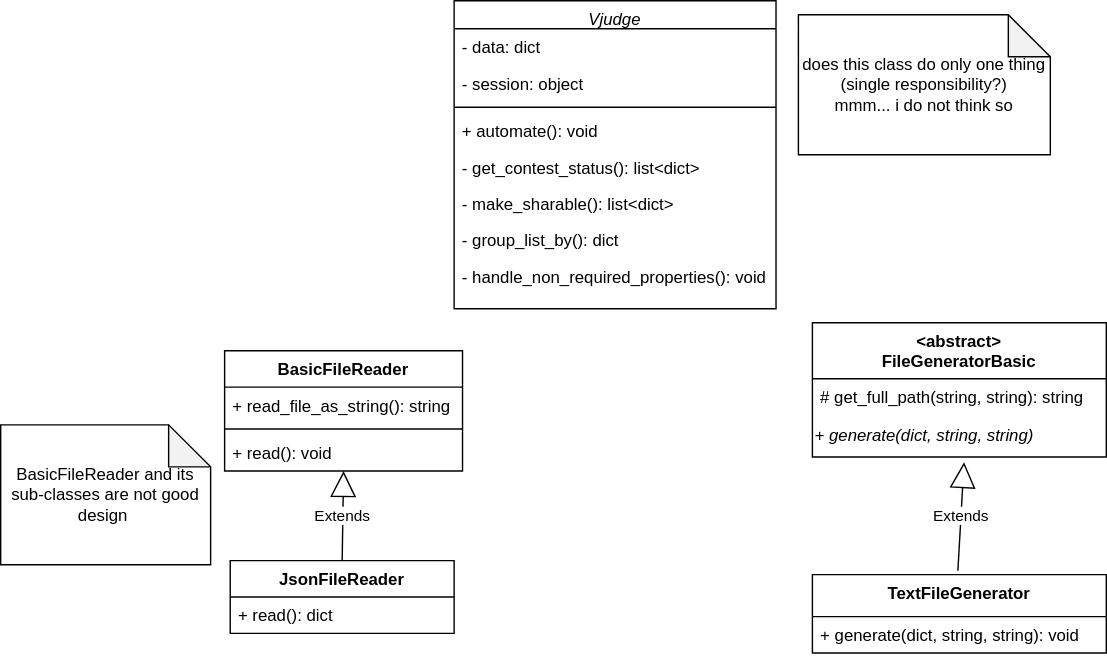
OmarElaraby26/Vjudge-contest-status-automator keeps this draw.io diagram as UML class diagrams.drawio.svg. Above is the earlier version. Source tidied: cells renumbered, new cells last; positions are measured from the earlier drawing's top-left corner, leaving out a move shared by most shapes. Source of this version:
```xml
<mxGraphModel>
  <root>
    <mxCell id="0" />
    <mxCell id="1" parent="0" />
    <mxCell id="2" value="Vjudge" style="swimlane;fontStyle=2;align=center;verticalAlign=top;horizontal=1;startSize=20;rounded=0;shadow=0;strokeWidth=1;" parent="1" vertex="1">
      <mxGeometry x="324" width="230" height="220" as="geometry" />
    </mxCell>
    <mxCell id="3" value="- data: dict&#10;" style="text;align=left;verticalAlign=top;spacingLeft=4;spacingRight=4;overflow=hidden;" parent="2" vertex="1">
      <mxGeometry y="20" width="230" height="26" as="geometry" />
    </mxCell>
    <mxCell id="4" value="- session: object" style="text;align=left;verticalAlign=top;spacingLeft=4;spacingRight=4;overflow=hidden;rounded=0;shadow=0;html=0;" parent="2" vertex="1">
      <mxGeometry y="46" width="230" height="26" as="geometry" />
    </mxCell>
    <mxCell id="5" style="line;html=1;strokeWidth=1;align=left;verticalAlign=middle;spacingTop=-1;spacingLeft=3;spacingRight=3;labelPosition=right;" parent="2" vertex="1">
      <mxGeometry y="72" width="230" height="8" as="geometry" />
    </mxCell>
    <mxCell id="6" value="+ automate(): void" style="text;align=left;verticalAlign=top;spacingLeft=4;spacingRight=4;overflow=hidden;" parent="2" vertex="1">
      <mxGeometry y="80" width="230" height="26" as="geometry" />
    </mxCell>
    <mxCell id="7" value="- get_contest_status(): list&lt;dict&gt;&#10;" style="text;align=left;verticalAlign=top;spacingLeft=4;spacingRight=4;overflow=hidden;" parent="2" vertex="1">
      <mxGeometry y="106" width="230" height="26" as="geometry" />
    </mxCell>
    <mxCell id="8" value="- make_sharable(): list&lt;dict&gt;&#10;" style="text;align=left;verticalAlign=top;spacingLeft=4;spacingRight=4;overflow=hidden;" parent="2" vertex="1">
      <mxGeometry y="132" width="230" height="26" as="geometry" />
    </mxCell>
    <mxCell id="9" value="- group_list_by(): dict" style="text;align=left;verticalAlign=top;spacingLeft=4;spacingRight=4;overflow=hidden;" parent="2" vertex="1">
      <mxGeometry y="158" width="230" height="26" as="geometry" />
    </mxCell>
    <mxCell id="10" value="- handle_non_required_properties(): void&#10;" style="text;align=left;verticalAlign=top;spacingLeft=4;spacingRight=4;overflow=hidden;" parent="2" vertex="1">
      <mxGeometry y="184" width="230" height="26" as="geometry" />
    </mxCell>
    <mxCell id="11" style="edgeStyle=orthogonalEdgeStyle;rounded=0;orthogonalLoop=1;jettySize=auto;html=1;exitX=0.5;exitY=1;exitDx=0;exitDy=0;" parent="1" edge="1" source="2" target="2">
      <mxGeometry relative="1" as="geometry" />
    </mxCell>
    <mxCell id="12" value=" BasicFileReader" style="swimlane;fontStyle=1;align=center;verticalAlign=top;horizontal=1;startSize=26;" parent="1" vertex="1">
      <mxGeometry x="160" y="250" width="170" height="86" as="geometry" />
    </mxCell>
    <mxCell id="13" value=" + read_file_as_string(): string&#10;&#10;" style="text;strokeColor=none;fillColor=none;align=left;verticalAlign=top;spacingLeft=4;spacingRight=4;overflow=hidden;" parent="12" vertex="1">
      <mxGeometry y="26" width="170" height="26" as="geometry" />
    </mxCell>
    <mxCell id="14" style="line;strokeWidth=1;fillColor=none;align=left;verticalAlign=middle;spacingTop=-1;spacingLeft=3;spacingRight=3;labelPosition=right;" parent="12" vertex="1">
      <mxGeometry y="52" width="170" height="8" as="geometry" />
    </mxCell>
    <mxCell id="15" value="+ read(): void&#10;" style="text;strokeColor=none;fillColor=none;align=left;verticalAlign=top;spacingLeft=4;spacingRight=4;overflow=hidden;" parent="12" vertex="1">
      <mxGeometry y="60" width="170" height="26" as="geometry" />
    </mxCell>
    <mxCell id="16" value=" JsonFileReader" style="swimlane;fontStyle=1;align=center;verticalAlign=top;horizontal=1;startSize=26;" parent="1" vertex="1">
      <mxGeometry x="164" y="400" width="160" height="52" as="geometry" />
    </mxCell>
    <mxCell id="17" value=" + read(): dict&#10;" style="text;strokeColor=none;fillColor=none;align=left;verticalAlign=top;spacingLeft=4;spacingRight=4;overflow=hidden;" parent="16" vertex="1">
      <mxGeometry y="26" width="160" height="26" as="geometry" />
    </mxCell>
    <mxCell id="18" value="Extends" style="endArrow=block;endSize=16;endFill=0;html=1;rounded=0;entryX=0.5;entryY=1;entryDx=0;entryDy=0;exitX=0.5;exitY=0;exitDx=0;exitDy=0;" parent="1" edge="1" source="16" target="12">
      <mxGeometry relative="1" as="geometry" />
    </mxCell>
    <mxCell id="19" value="&lt;abstract&gt;&#10;FileGeneratorBasic" style="swimlane;fontStyle=1;align=center;verticalAlign=top;horizontal=1;startSize=40;" parent="1" vertex="1">
      <mxGeometry x="580" y="230" width="210" height="96" as="geometry" />
    </mxCell>
    <mxCell id="20" value=" # get_full_path(string, string): string&#10;" style="text;strokeColor=none;fillColor=none;align=left;verticalAlign=top;spacingLeft=4;spacingRight=4;overflow=hidden;" parent="19" vertex="1">
      <mxGeometry y="40" width="210" height="26" as="geometry" />
    </mxCell>
    <mxCell id="21" value="&lt;div align=&quot;left&quot;&gt;&lt;i&gt; + generate(dict, string, string)&lt;/i&gt;&lt;/div&gt;" style="text;html=1;align=left;verticalAlign=middle;points=[];fillColor=none;strokeColor=none;rounded=0;" parent="19" vertex="1">
      <mxGeometry y="66" width="210" height="30" as="geometry" />
    </mxCell>
    <mxCell id="22" value="TextFileGenerator" style="swimlane;fontStyle=1;align=center;verticalAlign=top;horizontal=1;startSize=30;" parent="1" vertex="1">
      <mxGeometry x="580" y="410" width="210" height="56" as="geometry" />
    </mxCell>
    <mxCell id="23" value="+ generate(dict, string, string): void&#10;" style="text;strokeColor=none;fillColor=none;align=left;verticalAlign=top;spacingLeft=4;spacingRight=4;overflow=hidden;" parent="22" vertex="1">
      <mxGeometry y="30" width="210" height="26" as="geometry" />
    </mxCell>
    <mxCell id="24" value="Extends" style="endArrow=block;endSize=16;endFill=0;html=1;rounded=0;exitX=0.495;exitY=-0.049;exitDx=0;exitDy=0;exitPerimeter=0;entryX=0.516;entryY=1.124;entryDx=0;entryDy=0;entryPerimeter=0;" parent="1" edge="1" source="22" target="21">
      <mxGeometry relative="1" as="geometry" />
    </mxCell>
    <mxCell id="25" value=" BasicFileReader and its sub-classes are not good design&amp;nbsp;" style="shape=note;whiteSpace=wrap;html=1;backgroundOutline=1;darkOpacity=0.05;" parent="1" vertex="1">
      <mxGeometry y="303" width="150" height="100" as="geometry" />
    </mxCell>
    <mxCell id="26" value="does this class do only one thing (single responsibility?)&lt;br&gt;mmm... i do not think so" style="shape=note;whiteSpace=wrap;html=1;backgroundOutline=1;darkOpacity=0.05;" parent="1" vertex="1">
      <mxGeometry x="570" y="10" width="180" height="100" as="geometry" />
    </mxCell>
  </root>
</mxGraphModel>
```
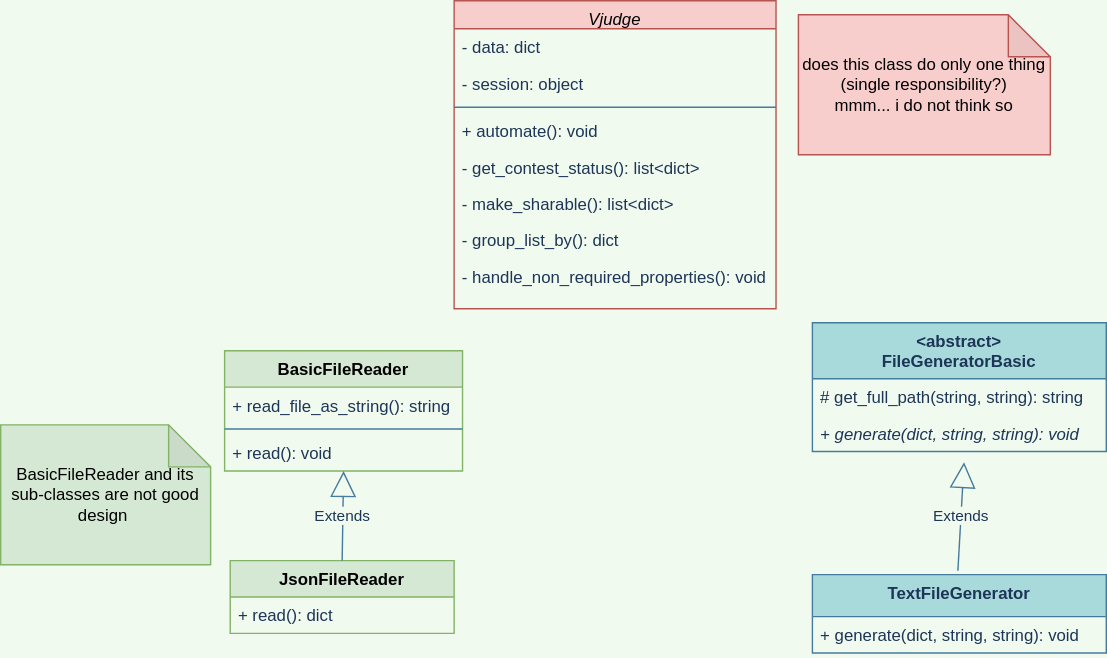
After the change.

Change to the diagram source:
```diff
@@ -1,80 +1,82 @@
-<mxGraphModel>
+<mxGraphModel background="#F1FAEE">
   <root>
     <mxCell id="0" />
     <mxCell id="1" parent="0" />
-    <mxCell id="2" value="Vjudge" style="swimlane;fontStyle=2;align=center;verticalAlign=top;horizontal=1;startSize=20;rounded=0;shadow=0;strokeWidth=1;" parent="1" vertex="1">
+    <mxCell id="2" value="Vjudge" style="swimlane;fontStyle=2;align=center;verticalAlign=top;horizontal=1;startSize=20;rounded=0;shadow=0;strokeWidth=1;fillColor=#f8cecc;strokeColor=#b85450;" parent="1" vertex="1">
       <mxGeometry x="324" width="230" height="220" as="geometry" />
     </mxCell>
-    <mxCell id="3" value="- data: dict&#10;" style="text;align=left;verticalAlign=top;spacingLeft=4;spacingRight=4;overflow=hidden;" parent="2" vertex="1">
+    <mxCell id="3" value="- data: dict&#10;" style="text;align=left;verticalAlign=top;spacingLeft=4;spacingRight=4;overflow=hidden;fontColor=#1D3557;" parent="2" vertex="1">
       <mxGeometry y="20" width="230" height="26" as="geometry" />
     </mxCell>
-    <mxCell id="4" value="- session: object" style="text;align=left;verticalAlign=top;spacingLeft=4;spacingRight=4;overflow=hidden;rounded=0;shadow=0;html=0;" parent="2" vertex="1">
+    <mxCell id="4" value="- session: object" style="text;align=left;verticalAlign=top;spacingLeft=4;spacingRight=4;overflow=hidden;rounded=0;shadow=0;html=0;fontColor=#1D3557;" parent="2" vertex="1">
       <mxGeometry y="46" width="230" height="26" as="geometry" />
     </mxCell>
-    <mxCell id="5" style="line;html=1;strokeWidth=1;align=left;verticalAlign=middle;spacingTop=-1;spacingLeft=3;spacingRight=3;labelPosition=right;" parent="2" vertex="1">
+    <mxCell id="5" style="line;html=1;strokeWidth=1;align=left;verticalAlign=middle;spacingTop=-1;spacingLeft=3;spacingRight=3;labelPosition=right;labelBackgroundColor=#F1FAEE;fillColor=#A8DADC;strokeColor=#457B9D;fontColor=#1D3557;" parent="2" vertex="1">
       <mxGeometry y="72" width="230" height="8" as="geometry" />
     </mxCell>
-    <mxCell id="6" value="+ automate(): void" style="text;align=left;verticalAlign=top;spacingLeft=4;spacingRight=4;overflow=hidden;" parent="2" vertex="1">
+    <mxCell id="6" value="+ automate(): void" style="text;align=left;verticalAlign=top;spacingLeft=4;spacingRight=4;overflow=hidden;fontColor=#1D3557;" parent="2" vertex="1">
       <mxGeometry y="80" width="230" height="26" as="geometry" />
     </mxCell>
-    <mxCell id="7" value="- get_contest_status(): list&lt;dict&gt;&#10;" style="text;align=left;verticalAlign=top;spacingLeft=4;spacingRight=4;overflow=hidden;" parent="2" vertex="1">
+    <mxCell id="7" value="- get_contest_status(): list&lt;dict&gt;&#10;" style="text;align=left;verticalAlign=top;spacingLeft=4;spacingRight=4;overflow=hidden;fontColor=#1D3557;" parent="2" vertex="1">
       <mxGeometry y="106" width="230" height="26" as="geometry" />
     </mxCell>
-    <mxCell id="8" value="- make_sharable(): list&lt;dict&gt;&#10;" style="text;align=left;verticalAlign=top;spacingLeft=4;spacingRight=4;overflow=hidden;" parent="2" vertex="1">
+    <mxCell id="8" value="- make_sharable(): list&lt;dict&gt;&#10;" style="text;align=left;verticalAlign=top;spacingLeft=4;spacingRight=4;overflow=hidden;fontColor=#1D3557;" parent="2" vertex="1">
       <mxGeometry y="132" width="230" height="26" as="geometry" />
     </mxCell>
-    <mxCell id="9" value="- group_list_by(): dict" style="text;align=left;verticalAlign=top;spacingLeft=4;spacingRight=4;overflow=hidden;" parent="2" vertex="1">
+    <mxCell id="9" value="- group_list_by(): dict" style="text;align=left;verticalAlign=top;spacingLeft=4;spacingRight=4;overflow=hidden;fontColor=#1D3557;" parent="2" vertex="1">
       <mxGeometry y="158" width="230" height="26" as="geometry" />
     </mxCell>
-    <mxCell id="10" value="- handle_non_required_properties(): void&#10;" style="text;align=left;verticalAlign=top;spacingLeft=4;spacingRight=4;overflow=hidden;" parent="2" vertex="1">
+    <mxCell id="10" value="- handle_non_required_properties(): void&#10;" style="text;align=left;verticalAlign=top;spacingLeft=4;spacingRight=4;overflow=hidden;fontColor=#1D3557;" parent="2" vertex="1">
       <mxGeometry y="184" width="230" height="26" as="geometry" />
     </mxCell>
-    <mxCell id="11" style="edgeStyle=orthogonalEdgeStyle;rounded=0;orthogonalLoop=1;jettySize=auto;html=1;exitX=0.5;exitY=1;exitDx=0;exitDy=0;" parent="1" edge="1" source="2" target="2">
+    <mxCell id="11" style="edgeStyle=orthogonalEdgeStyle;rounded=0;orthogonalLoop=1;jettySize=auto;html=1;exitX=0.5;exitY=1;exitDx=0;exitDy=0;labelBackgroundColor=#F1FAEE;strokeColor=#457B9D;fontColor=#1D3557;" parent="1" edge="1" source="2" target="2">
       <mxGeometry relative="1" as="geometry" />
     </mxCell>
-    <mxCell id="12" value=" BasicFileReader" style="swimlane;fontStyle=1;align=center;verticalAlign=top;horizontal=1;startSize=26;" parent="1" vertex="1">
+    <mxCell id="12" value=" BasicFileReader" style="swimlane;fontStyle=1;align=center;verticalAlign=top;horizontal=1;startSize=26;fillColor=#d5e8d4;strokeColor=#82b366;" parent="1" vertex="1">
       <mxGeometry x="160" y="250" width="170" height="86" as="geometry" />
     </mxCell>
-    <mxCell id="13" value=" + read_file_as_string(): string&#10;&#10;" style="text;strokeColor=none;fillColor=none;align=left;verticalAlign=top;spacingLeft=4;spacingRight=4;overflow=hidden;" parent="12" vertex="1">
+    <mxCell id="13" value=" + read_file_as_string(): string&#10;&#10;" style="text;strokeColor=none;fillColor=none;align=left;verticalAlign=top;spacingLeft=4;spacingRight=4;overflow=hidden;fontColor=#1D3557;" parent="12" vertex="1">
       <mxGeometry y="26" width="170" height="26" as="geometry" />
     </mxCell>
-    <mxCell id="14" style="line;strokeWidth=1;fillColor=none;align=left;verticalAlign=middle;spacingTop=-1;spacingLeft=3;spacingRight=3;labelPosition=right;" parent="12" vertex="1">
+    <mxCell id="14" style="line;strokeWidth=1;fillColor=none;align=left;verticalAlign=middle;spacingTop=-1;spacingLeft=3;spacingRight=3;labelPosition=right;labelBackgroundColor=#F1FAEE;strokeColor=#457B9D;fontColor=#1D3557;" parent="12" vertex="1">
       <mxGeometry y="52" width="170" height="8" as="geometry" />
     </mxCell>
-    <mxCell id="15" value="+ read(): void&#10;" style="text;strokeColor=none;fillColor=none;align=left;verticalAlign=top;spacingLeft=4;spacingRight=4;overflow=hidden;" parent="12" vertex="1">
+    <mxCell id="15" value="+ read(): void&#10;" style="text;strokeColor=none;fillColor=none;align=left;verticalAlign=top;spacingLeft=4;spacingRight=4;overflow=hidden;fontColor=#1D3557;" parent="12" vertex="1">
       <mxGeometry y="60" width="170" height="26" as="geometry" />
     </mxCell>
-    <mxCell id="16" value=" JsonFileReader" style="swimlane;fontStyle=1;align=center;verticalAlign=top;horizontal=1;startSize=26;" parent="1" vertex="1">
+    <mxCell id="16" value=" JsonFileReader" style="swimlane;fontStyle=1;align=center;verticalAlign=top;horizontal=1;startSize=26;fillColor=#d5e8d4;strokeColor=#82b366;" parent="1" vertex="1">
       <mxGeometry x="164" y="400" width="160" height="52" as="geometry" />
     </mxCell>
-    <mxCell id="17" value=" + read(): dict&#10;" style="text;strokeColor=none;fillColor=none;align=left;verticalAlign=top;spacingLeft=4;spacingRight=4;overflow=hidden;" parent="16" vertex="1">
+    <mxCell id="17" value=" + read(): dict&#10;" style="text;strokeColor=none;fillColor=none;align=left;verticalAlign=top;spacingLeft=4;spacingRight=4;overflow=hidden;fontColor=#1D3557;" parent="16" vertex="1">
       <mxGeometry y="26" width="160" height="26" as="geometry" />
     </mxCell>
-    <mxCell id="18" value="Extends" style="endArrow=block;endSize=16;endFill=0;html=1;rounded=0;entryX=0.5;entryY=1;entryDx=0;entryDy=0;exitX=0.5;exitY=0;exitDx=0;exitDy=0;" parent="1" edge="1" source="16" target="12">
+    <mxCell id="18" value="Extends" style="endArrow=block;endSize=16;endFill=0;html=1;rounded=0;entryX=0.5;entryY=1;entryDx=0;entryDy=0;exitX=0.5;exitY=0;exitDx=0;exitDy=0;labelBackgroundColor=#F1FAEE;strokeColor=#457B9D;fontColor=#1D3557;" parent="1" edge="1" source="16" target="12">
       <mxGeometry relative="1" as="geometry" />
     </mxCell>
-    <mxCell id="19" value="&lt;abstract&gt;&#10;FileGeneratorBasic" style="swimlane;fontStyle=1;align=center;verticalAlign=top;horizontal=1;startSize=40;" parent="1" vertex="1">
-      <mxGeometry x="580" y="230" width="210" height="96" as="geometry" />
+    <mxCell id="19" value="&lt;abstract&gt;&#10;FileGeneratorBasic" style="swimlane;fontStyle=1;align=center;verticalAlign=top;horizontal=1;startSize=40;fillColor=#A8DADC;strokeColor=#457B9D;fontColor=#1D3557;" parent="1" vertex="1">
+      <mxGeometry x="580" y="230" width="210" height="92" as="geometry" />
     </mxCell>
-    <mxCell id="20" value=" # get_full_path(string, string): string&#10;" style="text;strokeColor=none;fillColor=none;align=left;verticalAlign=top;spacingLeft=4;spacingRight=4;overflow=hidden;" parent="19" vertex="1">
+    <mxCell id="20" value=" # get_full_path(string, string): string&#10;" style="text;strokeColor=none;fillColor=none;align=left;verticalAlign=top;spacingLeft=4;spacingRight=4;overflow=hidden;fontColor=#1D3557;" parent="19" vertex="1">
       <mxGeometry y="40" width="210" height="26" as="geometry" />
     </mxCell>
-    <mxCell id="21" value="&lt;div align=&quot;left&quot;&gt;&lt;i&gt; + generate(dict, string, string)&lt;/i&gt;&lt;/div&gt;" style="text;html=1;align=left;verticalAlign=middle;points=[];fillColor=none;strokeColor=none;rounded=0;" parent="19" vertex="1">
-      <mxGeometry y="66" width="210" height="30" as="geometry" />
-    </mxCell>
+    <mxCell id="27" value="+ generate(dict, string, string): void&#10;" style="text;strokeColor=none;fillColor=none;align=left;verticalAlign=top;spacingLeft=4;spacingRight=4;overflow=hidden;fontStyle=2;fontColor=#1D3557;" parent="19" vertex="1">
+      <mxGeometry y="66" width="210" height="26" as="geometry" />
+    </mxCell>
-    <mxCell id="22" value="TextFileGenerator" style="swimlane;fontStyle=1;align=center;verticalAlign=top;horizontal=1;startSize=30;" parent="1" vertex="1">
+    <mxCell id="22" value="TextFileGenerator" style="swimlane;fontStyle=1;align=center;verticalAlign=top;horizontal=1;startSize=30;fillColor=#A8DADC;strokeColor=#457B9D;fontColor=#1D3557;" parent="1" vertex="1">
       <mxGeometry x="580" y="410" width="210" height="56" as="geometry" />
     </mxCell>
-    <mxCell id="23" value="+ generate(dict, string, string): void&#10;" style="text;strokeColor=none;fillColor=none;align=left;verticalAlign=top;spacingLeft=4;spacingRight=4;overflow=hidden;" parent="22" vertex="1">
+    <mxCell id="23" value="+ generate(dict, string, string): void&#10;" style="text;strokeColor=none;fillColor=none;align=left;verticalAlign=top;spacingLeft=4;spacingRight=4;overflow=hidden;fontColor=#1D3557;" parent="22" vertex="1">
       <mxGeometry y="30" width="210" height="26" as="geometry" />
     </mxCell>
-    <mxCell id="24" value="Extends" style="endArrow=block;endSize=16;endFill=0;html=1;rounded=0;exitX=0.495;exitY=-0.049;exitDx=0;exitDy=0;exitPerimeter=0;entryX=0.516;entryY=1.124;entryDx=0;entryDy=0;entryPerimeter=0;" parent="1" edge="1" source="22" target="21">
-      <mxGeometry relative="1" as="geometry" />
+    <mxCell id="24" value="Extends" style="endArrow=block;endSize=16;endFill=0;html=1;rounded=0;exitX=0.495;exitY=-0.049;exitDx=0;exitDy=0;exitPerimeter=0;entryX=0.516;entryY=1.124;entryDx=0;entryDy=0;entryPerimeter=0;labelBackgroundColor=#F1FAEE;strokeColor=#457B9D;fontColor=#1D3557;" parent="1" edge="1" source="22">
+      <mxGeometry relative="1" as="geometry">
+        <mxPoint x="688.4" y="329.7" as="targetPoint" />
+      </mxGeometry>
     </mxCell>
-    <mxCell id="25" value=" BasicFileReader and its sub-classes are not good design&amp;nbsp;" style="shape=note;whiteSpace=wrap;html=1;backgroundOutline=1;darkOpacity=0.05;" parent="1" vertex="1">
+    <mxCell id="25" value=" BasicFileReader and its sub-classes are not good design&amp;nbsp;" style="shape=note;whiteSpace=wrap;html=1;backgroundOutline=1;darkOpacity=0.05;fillColor=#d5e8d4;strokeColor=#82b366;" parent="1" vertex="1">
       <mxGeometry y="303" width="150" height="100" as="geometry" />
     </mxCell>
-    <mxCell id="26" value="does this class do only one thing (single responsibility?)&lt;br&gt;mmm... i do not think so" style="shape=note;whiteSpace=wrap;html=1;backgroundOutline=1;darkOpacity=0.05;" parent="1" vertex="1">
+    <mxCell id="26" value="does this class do only one thing (single responsibility?)&lt;br&gt;mmm... i do not think so" style="shape=note;whiteSpace=wrap;html=1;backgroundOutline=1;darkOpacity=0.05;fillColor=#f8cecc;strokeColor=#b85450;" parent="1" vertex="1">
       <mxGeometry x="570" y="10" width="180" height="100" as="geometry" />
     </mxCell>
   </root>
```
